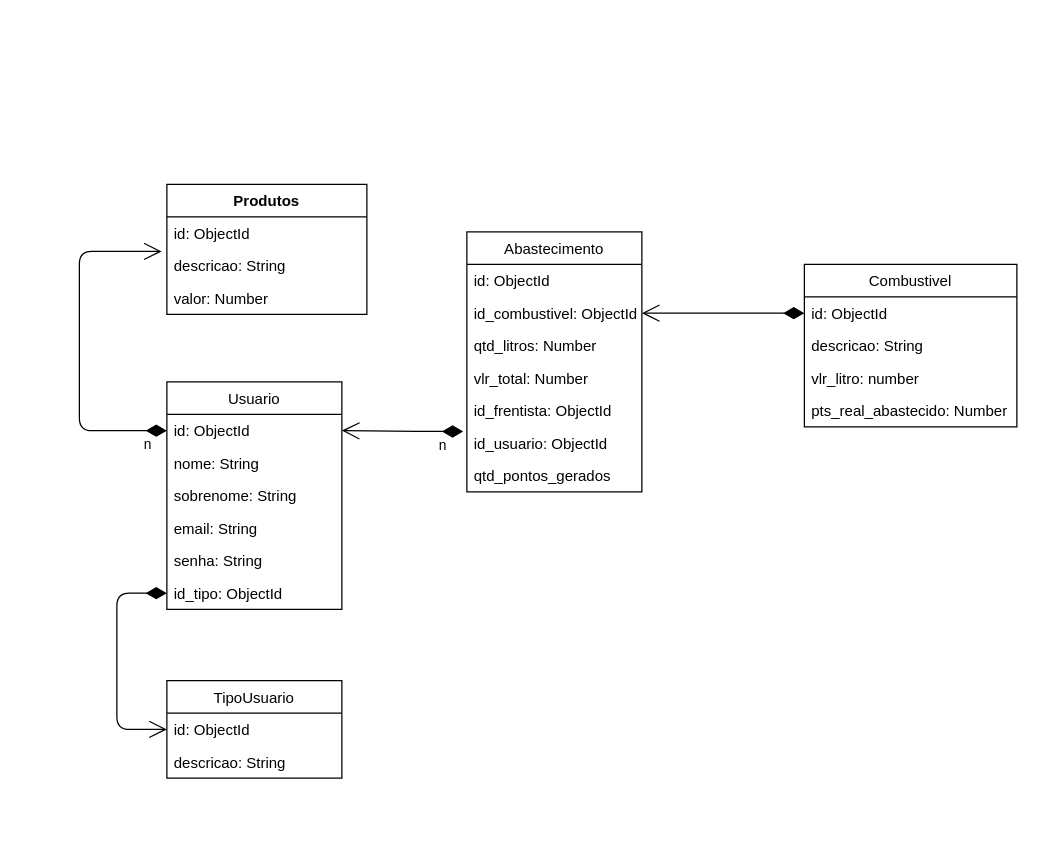
This is docs/noam.drawio from FatecFranca/DSM-G02-PI3-2023-1, a draw.io file, before an edit. Source tidied: cells renumbered, new cells numbered last; positions are measured from the earlier drawing's top-left corner, leaving out a move shared by most shapes. Both pictures are drawn from the tidied source at 125%, with x=0, y=0 at pixel (79, 184).
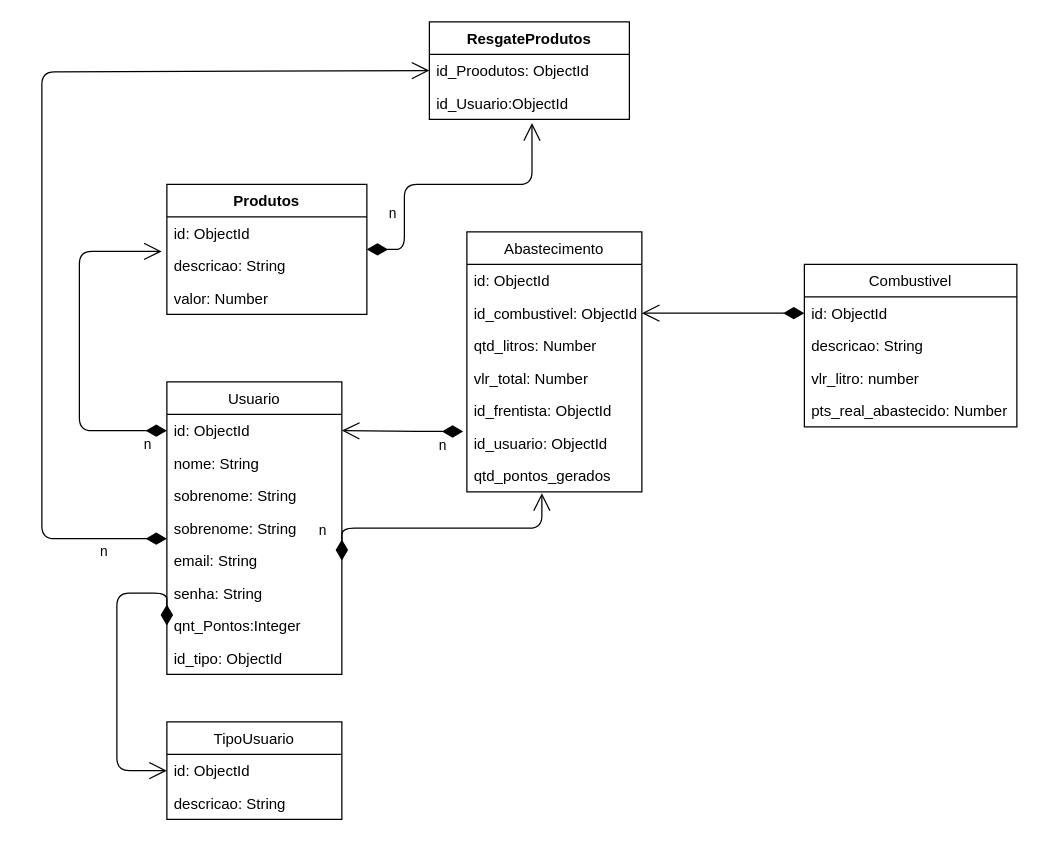
The same diagram, later.

Commit message:
refactor: correcao na modelagem

The change refers to these unchanged cells:
```xml
<mxCell id="25" value="id: ObjectId" style="text;strokeColor=none;fillColor=none;align=left;verticalAlign=top;spacingLeft=4;spacingRight=4;overflow=hidden;points=[[0,0.5],[1,0.5]];portConstraint=eastwest;" parent="24" vertex="1">
  <mxGeometry y="26" width="140" height="26" as="geometry" />
</mxCell>
<mxCell id="28" value="Produtos" style="swimlane;fontStyle=1;align=center;verticalAlign=top;horizontal=1;startSize=26;" parent="1" vertex="1">
  <mxGeometry x="70" width="160" height="104" as="geometry" />
</mxCell>
```

What changed in the source:
```diff
@@
     <mxCell id="16" value="Usuario" style="swimlane;fontStyle=0;horizontal=1;startSize=26;fillColor=none;" parent="1" vertex="1">
-      <mxGeometry x="70" y="158" width="140" height="182" as="geometry" />
+      <mxGeometry x="70" y="158" width="140" height="234" as="geometry" />
     </mxCell>
@@
+    <mxCell id="33" value="sobrenome: String" style="text;strokeColor=none;fillColor=none;align=left;verticalAlign=top;spacingLeft=4;spacingRight=4;overflow=hidden;" parent="16" vertex="1">
+      <mxGeometry y="78" width="140" height="26" as="geometry" />
+    </mxCell>
     <mxCell id="19" value="sobrenome: String" style="text;strokeColor=none;fillColor=none;align=left;verticalAlign=top;spacingLeft=4;spacingRight=4;overflow=hidden;" parent="16" vertex="1">
-      <mxGeometry y="78" width="140" height="26" as="geometry" />
+      <mxGeometry y="104" width="140" height="26" as="geometry" />
     </mxCell>
     <mxCell id="20" value="email: String" style="text;strokeColor=none;fillColor=none;align=left;verticalAlign=top;spacingLeft=4;spacingRight=4;overflow=hidden;points=[[0,0.5],[1,0.5]];portConstraint=eastwest;" parent="16" vertex="1">
-      <mxGeometry y="104" width="140" height="26" as="geometry" />
+      <mxGeometry y="130" width="140" height="26" as="geometry" />
     </mxCell>
     <mxCell id="21" value="senha: String" style="text;strokeColor=none;fillColor=none;align=left;verticalAlign=top;spacingLeft=4;spacingRight=4;overflow=hidden;" parent="16" vertex="1">
-      <mxGeometry y="130" width="140" height="26" as="geometry" />
+      <mxGeometry y="156" width="140" height="26" as="geometry" />
     </mxCell>
-    <mxCell id="22" value="id_tipo: ObjectId" style="text;strokeColor=none;fillColor=none;align=left;verticalAlign=top;spacingLeft=4;spacingRight=4;overflow=hidden;points=[[0,0.5],[1,0.5]];portConstraint=eastwest;" parent="16" vertex="1">
-      <mxGeometry y="156" width="140" height="26" as="geometry" />
+    <mxCell id="22" value="qnt_Pontos:Integer" style="text;strokeColor=none;fillColor=none;align=left;verticalAlign=top;spacingLeft=4;spacingRight=4;overflow=hidden;points=[[0,0.5],[1,0.5]];portConstraint=eastwest;" parent="16" vertex="1">
+      <mxGeometry y="182" width="140" height="26" as="geometry" />
     </mxCell>
+    <mxCell id="34" value="id_tipo: ObjectId" style="text;strokeColor=none;fillColor=none;align=left;verticalAlign=top;spacingLeft=4;spacingRight=4;overflow=hidden;" parent="16" vertex="1">
+      <mxGeometry y="208" width="140" height="26" as="geometry" />
+    </mxCell>
@@
     <mxCell id="24" value="TipoUsuario" style="swimlane;fontStyle=0;horizontal=1;startSize=26;fillColor=none;" parent="1" vertex="1">
-      <mxGeometry x="70" y="397" width="140" height="78" as="geometry" />
+      <mxGeometry x="70" y="430" width="140" height="78" as="geometry" />
     </mxCell>
@@
     <mxCell id="27" style="endArrow=open;html=1;endSize=12;startArrow=diamondThin;startSize=14;startFill=1;edgeStyle=orthogonalEdgeStyle;align=left;verticalAlign=bottom;exitX=0;exitY=0.5;exitDx=0;exitDy=0;entryX=0;entryY=0.5;entryDx=0;entryDy=0;" parent="1" edge="1" source="22" target="25">
       <mxGeometry x="-0.15" y="20" relative="1" as="geometry">
         <Array as="points">
+          <mxPoint x="70" y="327" />
           <mxPoint x="30" y="327" />
-          <mxPoint x="30" y="436" />
+          <mxPoint x="30" y="469" />
         </Array>
       </mxGeometry>
     </mxCell>
@@
+    <mxCell id="35" value="n" style="endArrow=open;html=1;endSize=12;startArrow=diamondThin;startSize=14;startFill=1;edgeStyle=orthogonalEdgeStyle;align=left;verticalAlign=bottom;exitX=1;exitY=0.5;exitDx=0;exitDy=0;" parent="1" edge="1" source="20">
+      <mxGeometry x="-0.86" y="20" relative="1" as="geometry">
+        <mxPoint x="370" y="247" as="targetPoint" />
+        <Array as="points">
+          <mxPoint x="370" y="275" />
+        </Array>
+      </mxGeometry>
+    </mxCell>
+    <mxCell id="36" value="ResgateProdutos" style="swimlane;fontStyle=1;align=center;verticalAlign=top;horizontal=1;startSize=26;" parent="1" vertex="1">
+      <mxGeometry x="280" y="-130" width="160" height="78" as="geometry" />
+    </mxCell>
+    <mxCell id="37" value="id_Proodutos: ObjectId" style="text;strokeColor=none;fillColor=none;align=left;verticalAlign=top;spacingLeft=4;spacingRight=4;overflow=hidden;points=[[0,0.5],[1,0.5]];portConstraint=eastwest;" parent="36" vertex="1">
+      <mxGeometry y="26" width="160" height="26" as="geometry" />
+    </mxCell>
+    <mxCell id="38" value="id_Usuario:ObjectId" style="text;strokeColor=none;fillColor=none;align=left;verticalAlign=top;spacingLeft=4;spacingRight=4;overflow=hidden;points=[[0,0.5],[1,0.5]];portConstraint=eastwest;" parent="36" vertex="1">
+      <mxGeometry y="52" width="160" height="26" as="geometry" />
+    </mxCell>
+    <mxCell id="39" value="n" style="endArrow=open;html=1;endSize=12;startArrow=diamondThin;startSize=14;startFill=1;edgeStyle=orthogonalEdgeStyle;align=left;verticalAlign=bottom;entryX=0;entryY=0.5;entryDx=0;entryDy=0;exitX=0;exitY=0.5;exitDx=0;exitDy=0;" parent="1" edge="1" target="37">
+      <mxGeometry x="-0.86" y="20" relative="1" as="geometry">
+        <mxPoint x="70" y="283.4" as="sourcePoint" />
+        <Array as="points">
+          <mxPoint x="-30" y="283" />
+          <mxPoint x="-30" y="-90" />
+          <mxPoint x="280" y="-90" />
+        </Array>
+      </mxGeometry>
+    </mxCell>
+    <mxCell id="40" value="n" style="endArrow=open;html=1;endSize=12;startArrow=diamondThin;startSize=14;startFill=1;edgeStyle=orthogonalEdgeStyle;align=left;verticalAlign=bottom;entryX=0.513;entryY=1.115;entryDx=0;entryDy=0;entryPerimeter=0;exitX=1;exitY=0.5;exitDx=0;exitDy=0;" parent="1" edge="1" source="28" target="38">
+      <mxGeometry x="-0.86" y="20" relative="1" as="geometry">
+        <Array as="points">
+          <mxPoint x="260" y="52" />
+          <mxPoint x="260" />
+          <mxPoint x="362" />
+        </Array>
+      </mxGeometry>
+    </mxCell>
```
